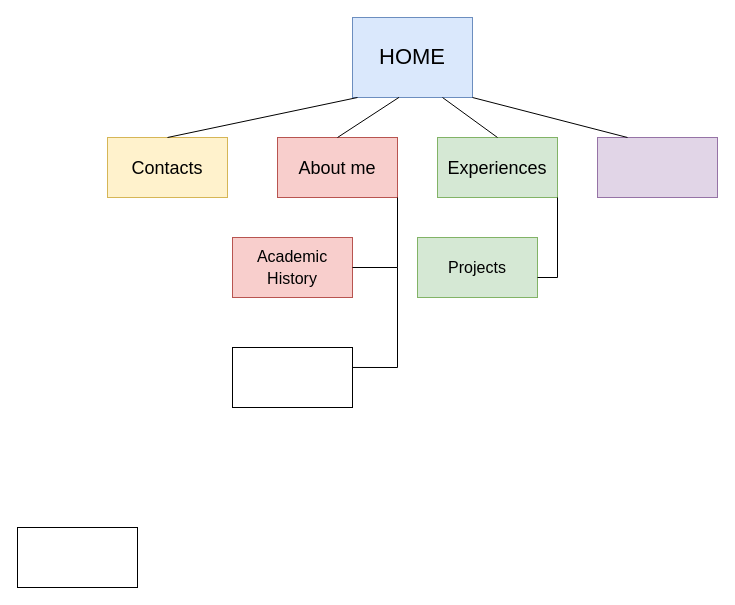
This is Untitled Diagram.drawio from DrOr3O/CSE134B_HW2, a draw.io file, before an edit. Source tidied: cells renumbered, new cells numbered last; positions are measured from the earlier drawing's top-left corner, leaving out a move shared by most shapes. Both pictures are drawn from the tidied source at 100%, with x=0, y=0 at pixel (17, 17).
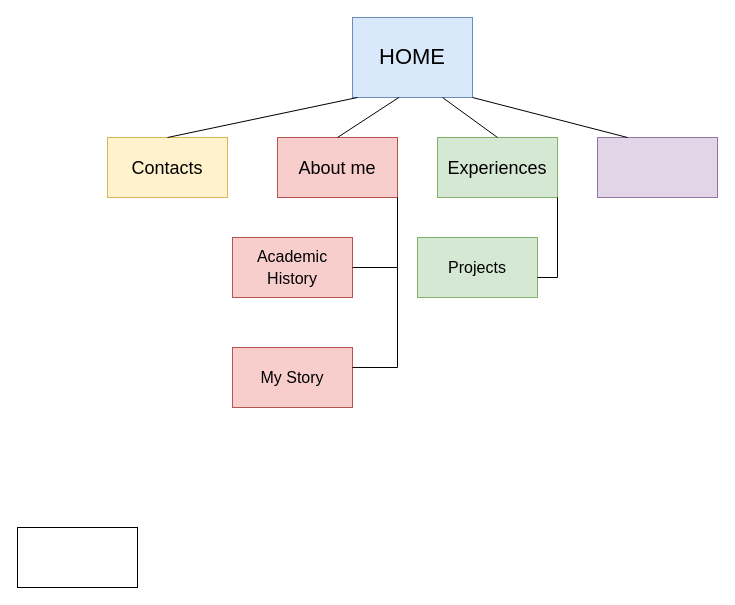
After the change.

The edit, as a diff of the source:
```diff
@@
-    <mxCell id="13" style="rounded=0;whiteSpace=wrap;html=1;fontSize=18;" parent="1" vertex="1">
+    <mxCell id="13" value="&lt;font style=&quot;font-size: 16px;&quot;&gt;My Story&lt;/font&gt;" style="rounded=0;whiteSpace=wrap;html=1;fontSize=18;fillColor=#f8cecc;strokeColor=#b85450;" parent="1" vertex="1">
       <mxGeometry x="215" y="330" width="120" height="60" as="geometry" />
     </mxCell>
```
